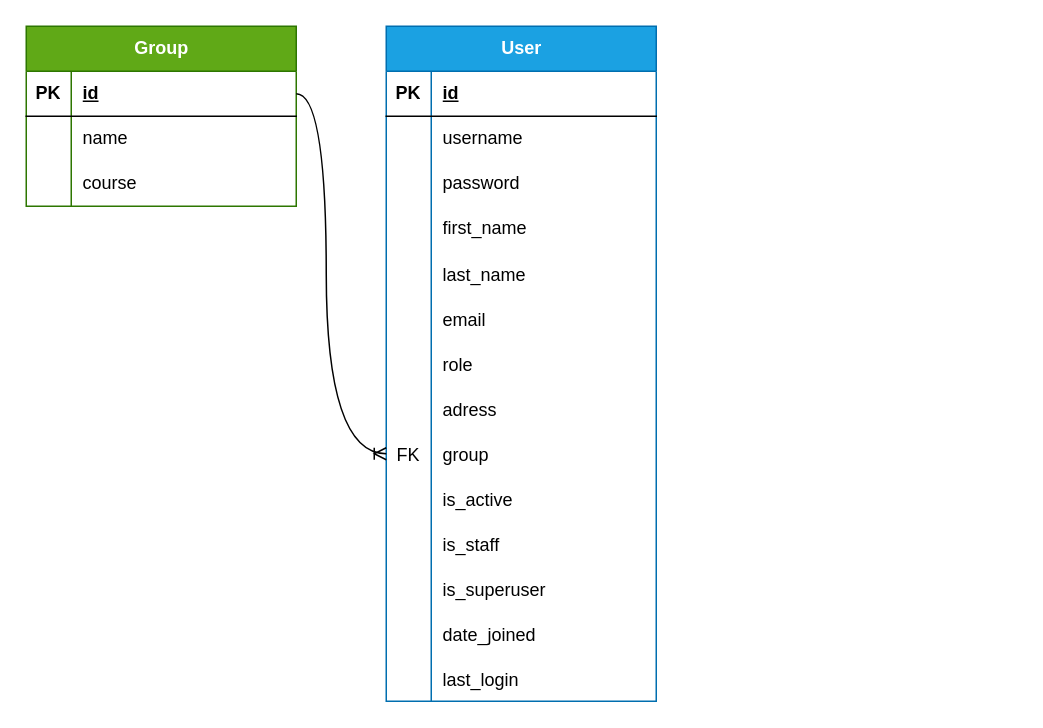
Above: ER.drawio in on3ginnn/almetMedCollege (draw.io), before the change. Source tidied: cells renumbered, new cells numbered last; positions are measured from the earlier drawing's top-left corner, leaving out a move shared by most shapes. Both pictures are drawn from the tidied source at 150%, with x=0, y=0 at pixel (26, 26).
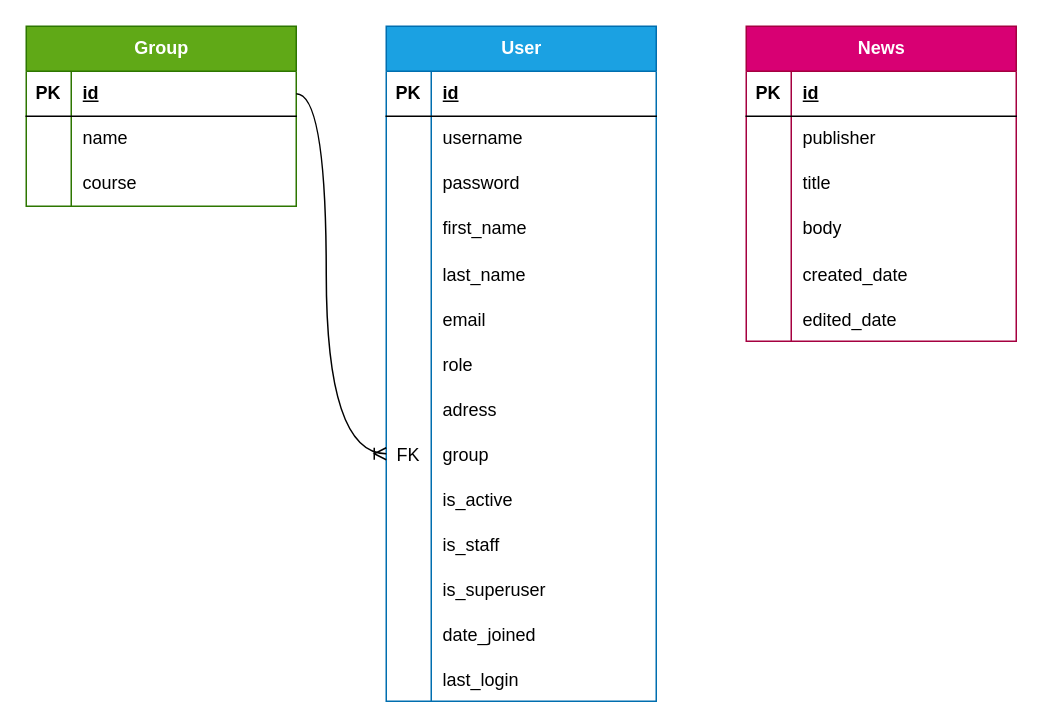
Above is the later version.

Change to the diagram source:
```diff
@@
+    <mxCell id="56" value="News" style="shape=table;startSize=30;childLayout=tableLayout;rowLines=0;fontStyle=1;align=center;html=1;fillColor=#d80073;fontColor=#ffffff;strokeColor=#A50040;" parent="1" vertex="1">
+      <mxGeometry x="480" width="180" height="210" as="geometry" />
+    </mxCell>
+    <mxCell id="57" style="shape=tableRow;horizontal=0;startSize=0;swimlaneHead=0;swimlaneBody=0;fillColor=none;top=0;left=0;right=0;bottom=1;" parent="56" vertex="1">
+      <mxGeometry y="30" width="180" height="30" as="geometry" />
+    </mxCell>
+    <mxCell id="58" value="PK" style="shape=partialRectangle;fillColor=none;top=0;left=0;bottom=0;right=0;fontStyle=1;overflow=hidden;whiteSpace=wrap;html=1;" parent="57" vertex="1">
+      <mxGeometry width="30" height="30" as="geometry" />
+    </mxCell>
+    <mxCell id="59" value="id" style="shape=partialRectangle;fillColor=none;top=0;left=0;bottom=0;right=0;align=left;spacingLeft=6;fontStyle=5;overflow=hidden;whiteSpace=wrap;html=1;" parent="57" vertex="1">
+      <mxGeometry x="30" width="150" height="30" as="geometry" />
+    </mxCell>
+    <mxCell id="60" style="shape=tableRow;horizontal=0;startSize=0;swimlaneHead=0;swimlaneBody=0;fillColor=none;top=0;left=0;right=0;bottom=0;" parent="56" vertex="1">
+      <mxGeometry y="60" width="180" height="30" as="geometry" />
+    </mxCell>
+    <mxCell id="61" style="shape=partialRectangle;fillColor=none;top=0;left=0;bottom=0;right=0;overflow=hidden;whiteSpace=wrap;html=1;" parent="60" vertex="1">
+      <mxGeometry width="30" height="30" as="geometry" />
+    </mxCell>
+    <mxCell id="62" value="publisher" style="shape=partialRectangle;fillColor=none;top=0;left=0;bottom=0;right=0;align=left;spacingLeft=6;overflow=hidden;whiteSpace=wrap;html=1;" parent="60" vertex="1">
+      <mxGeometry x="30" width="150" height="30" as="geometry" />
+    </mxCell>
+    <mxCell id="63" style="shape=tableRow;horizontal=0;startSize=0;swimlaneHead=0;swimlaneBody=0;fillColor=none;top=0;left=0;right=0;bottom=0;" parent="56" vertex="1">
+      <mxGeometry y="90" width="180" height="30" as="geometry" />
+    </mxCell>
+    <mxCell id="64" style="shape=partialRectangle;fillColor=none;top=0;left=0;bottom=0;right=0;overflow=hidden;whiteSpace=wrap;html=1;" parent="63" vertex="1">
+      <mxGeometry width="30" height="30" as="geometry" />
+    </mxCell>
+    <mxCell id="65" value="title" style="shape=partialRectangle;fillColor=none;top=0;left=0;bottom=0;right=0;align=left;spacingLeft=6;overflow=hidden;whiteSpace=wrap;html=1;" parent="63" vertex="1">
+      <mxGeometry x="30" width="150" height="30" as="geometry" />
+    </mxCell>
+    <mxCell id="66" style="shape=tableRow;horizontal=0;startSize=0;swimlaneHead=0;swimlaneBody=0;fillColor=none;top=0;left=0;right=0;bottom=0;" parent="56" vertex="1">
+      <mxGeometry y="120" width="180" height="30" as="geometry" />
+    </mxCell>
+    <mxCell id="67" style="shape=partialRectangle;fillColor=none;top=0;left=0;bottom=0;right=0;overflow=hidden;whiteSpace=wrap;html=1;" parent="66" vertex="1">
+      <mxGeometry width="30" height="30" as="geometry" />
+    </mxCell>
+    <mxCell id="68" value="body" style="shape=partialRectangle;fillColor=none;top=0;left=0;bottom=0;right=0;align=left;spacingLeft=6;overflow=hidden;whiteSpace=wrap;html=1;" parent="66" vertex="1">
+      <mxGeometry x="30" width="150" height="30" as="geometry" />
+    </mxCell>
+    <mxCell id="69" style="shape=tableRow;horizontal=0;startSize=0;swimlaneHead=0;swimlaneBody=0;fillColor=none;top=0;left=0;right=0;bottom=0;" parent="56" vertex="1">
+      <mxGeometry y="150" width="180" height="30" as="geometry" />
+    </mxCell>
+    <mxCell id="70" style="shape=partialRectangle;fillColor=none;top=0;left=0;bottom=0;right=0;overflow=hidden;" parent="69" vertex="1">
+      <mxGeometry width="30" height="30" as="geometry" />
+    </mxCell>
+    <mxCell id="71" value="created_date" style="shape=partialRectangle;fillColor=none;top=0;left=0;bottom=0;right=0;align=left;spacingLeft=6;overflow=hidden;" parent="69" vertex="1">
+      <mxGeometry x="30" width="150" height="30" as="geometry" />
+    </mxCell>
+    <mxCell id="72" style="shape=tableRow;horizontal=0;startSize=0;swimlaneHead=0;swimlaneBody=0;fillColor=none;top=0;left=0;right=0;bottom=0;" parent="56" vertex="1">
+      <mxGeometry y="180" width="180" height="30" as="geometry" />
+    </mxCell>
+    <mxCell id="73" style="shape=partialRectangle;fillColor=none;top=0;left=0;bottom=0;right=0;overflow=hidden;" parent="72" vertex="1">
+      <mxGeometry width="30" height="30" as="geometry" />
+    </mxCell>
+    <mxCell id="74" value="edited_date" style="shape=partialRectangle;fillColor=none;top=0;left=0;bottom=0;right=0;align=left;spacingLeft=6;overflow=hidden;" parent="72" vertex="1">
+      <mxGeometry x="30" width="150" height="30" as="geometry" />
+    </mxCell>
```
